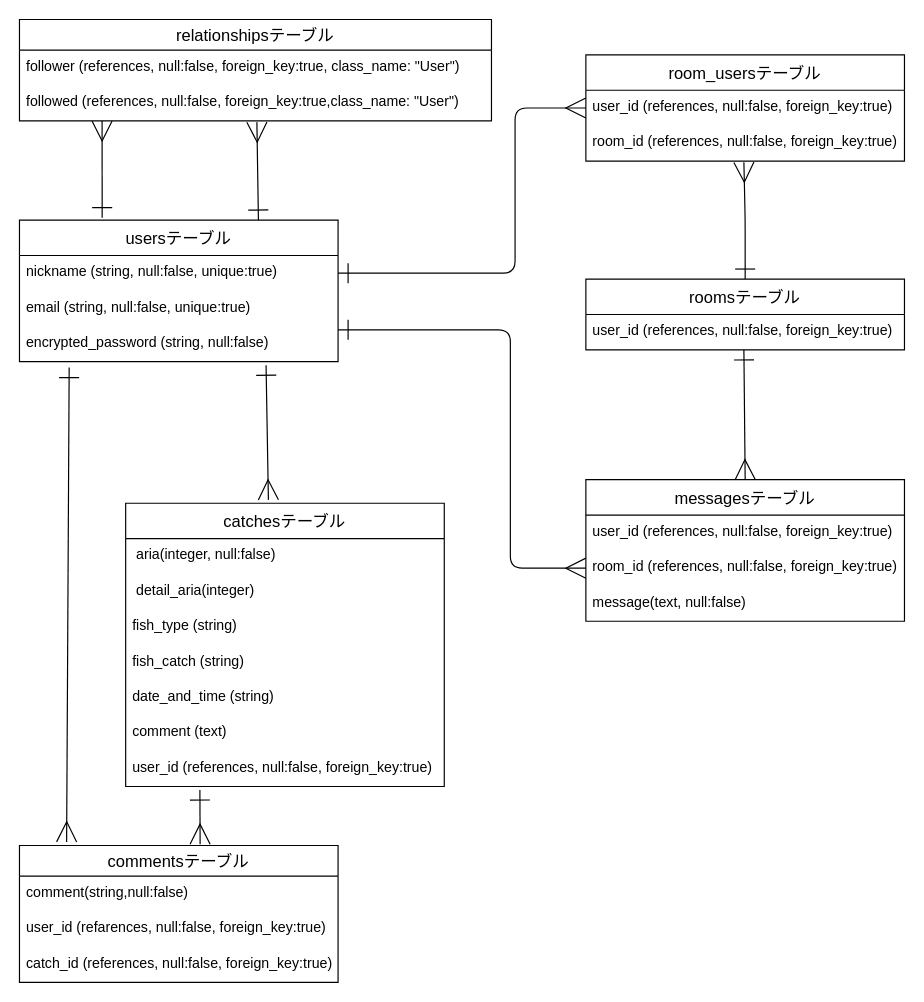
The draw.io diagram ERD.dio in kamisho712/fishinginfo, before the edit. Source tidied: cells renumbered, new cells numbered last; positions are measured from the earlier drawing's top-left corner, leaving out a move shared by most shapes. Both pictures are drawn from the tidied source at 118%, with x=0, y=0 at pixel (19, 19).
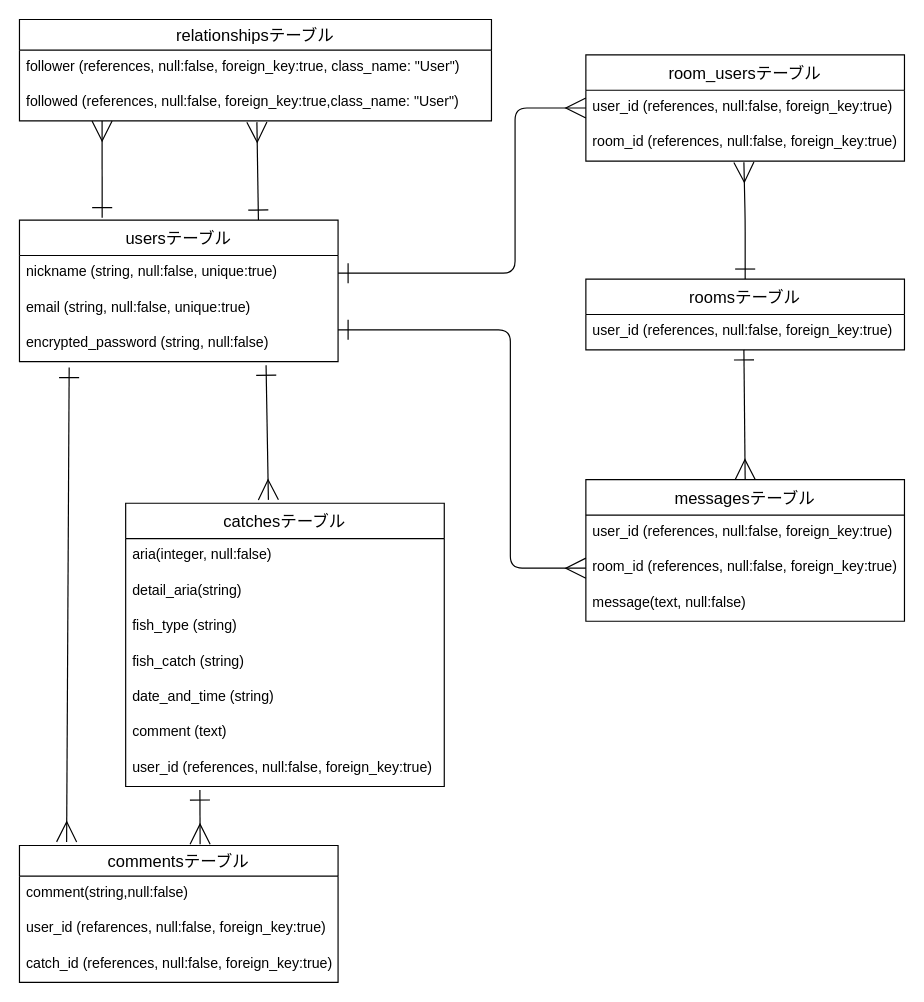
The same diagram, later.

Unchanged cells that the change refers to:
```xml
<mxCell id="6" value="catchesテーブル" style="swimlane;fontStyle=0;horizontal=1;startSize=30;align=center;fontSize=14;" parent="1" vertex="1">
  <mxGeometry x="90" y="410" width="270" height="240" as="geometry" />
</mxCell>
```

What changed in the source:
```diff
@@
-    <mxCell id="7" value=" aria(integer, null:false)" style="text;strokeColor=none;fillColor=none;spacingLeft=4;spacingRight=4;overflow=hidden;fontSize=12;" parent="6" vertex="1">
+    <mxCell id="7" value="aria(integer, null:false)" style="text;strokeColor=none;fillColor=none;spacingLeft=4;spacingRight=4;overflow=hidden;fontSize=12;" parent="6" vertex="1">
       <mxGeometry y="30" width="270" height="30" as="geometry" />
     </mxCell>
-    <mxCell id="8" value=" detail_aria(integer)" style="text;strokeColor=none;fillColor=none;spacingLeft=4;spacingRight=4;overflow=hidden;fontSize=12;" parent="6" vertex="1">
+    <mxCell id="8" value="detail_aria(string)" style="text;strokeColor=none;fillColor=none;spacingLeft=4;spacingRight=4;overflow=hidden;fontSize=12;" parent="6" vertex="1">
       <mxGeometry y="60" width="270" height="30" as="geometry" />
     </mxCell>
```
